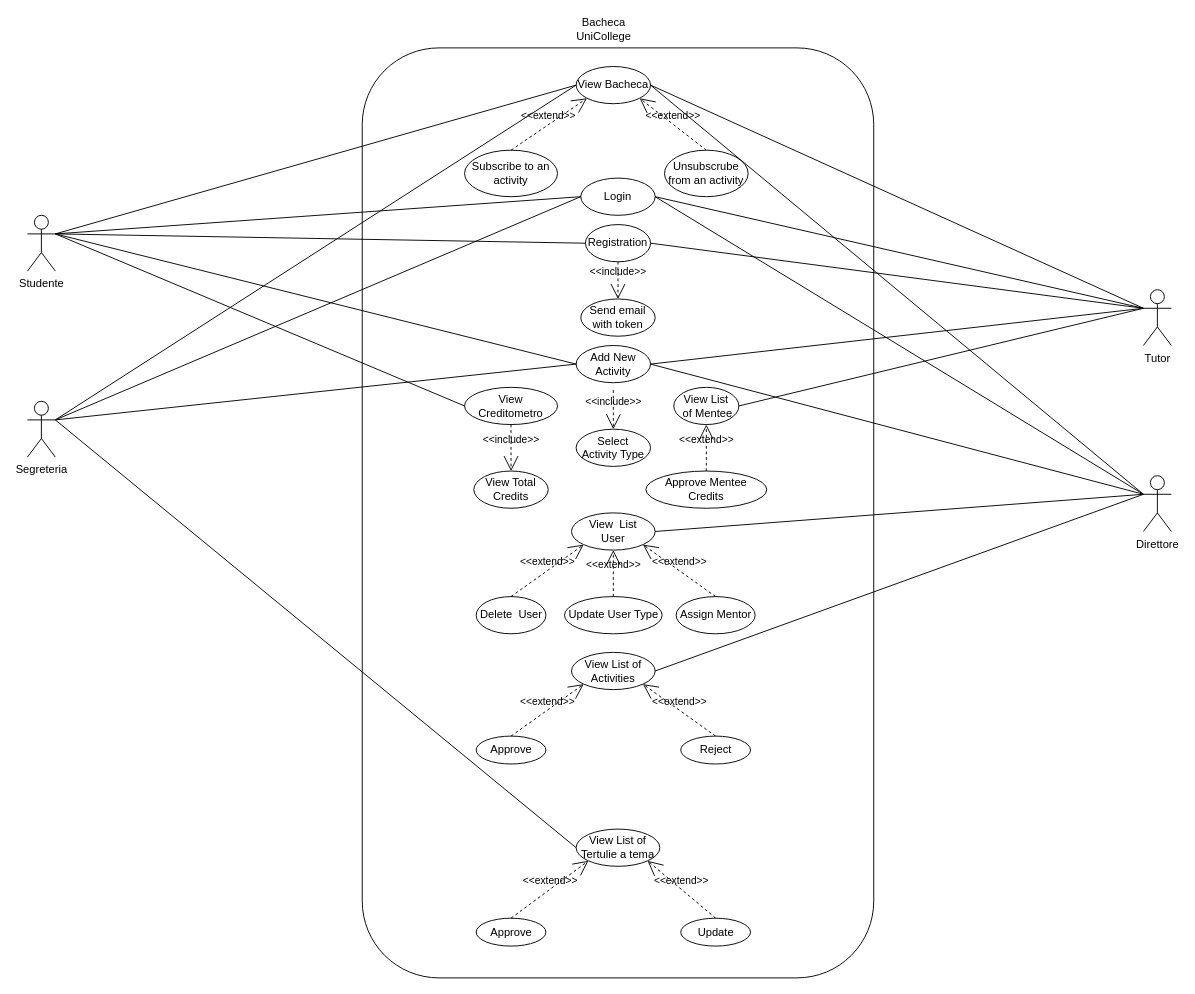
This is Use Case Diagram.drawio from Vincenzo-Maria-Caladra/Prova-Finale-Ingegneria-del-Software, a draw.io file, before an edit. Source tidied: cells renumbered, new cells numbered last; positions are measured from the earlier drawing's top-left corner, leaving out a move shared by most shapes. Both pictures are drawn from the tidied source at 93%, with x=0, y=0 at pixel (27, 20).
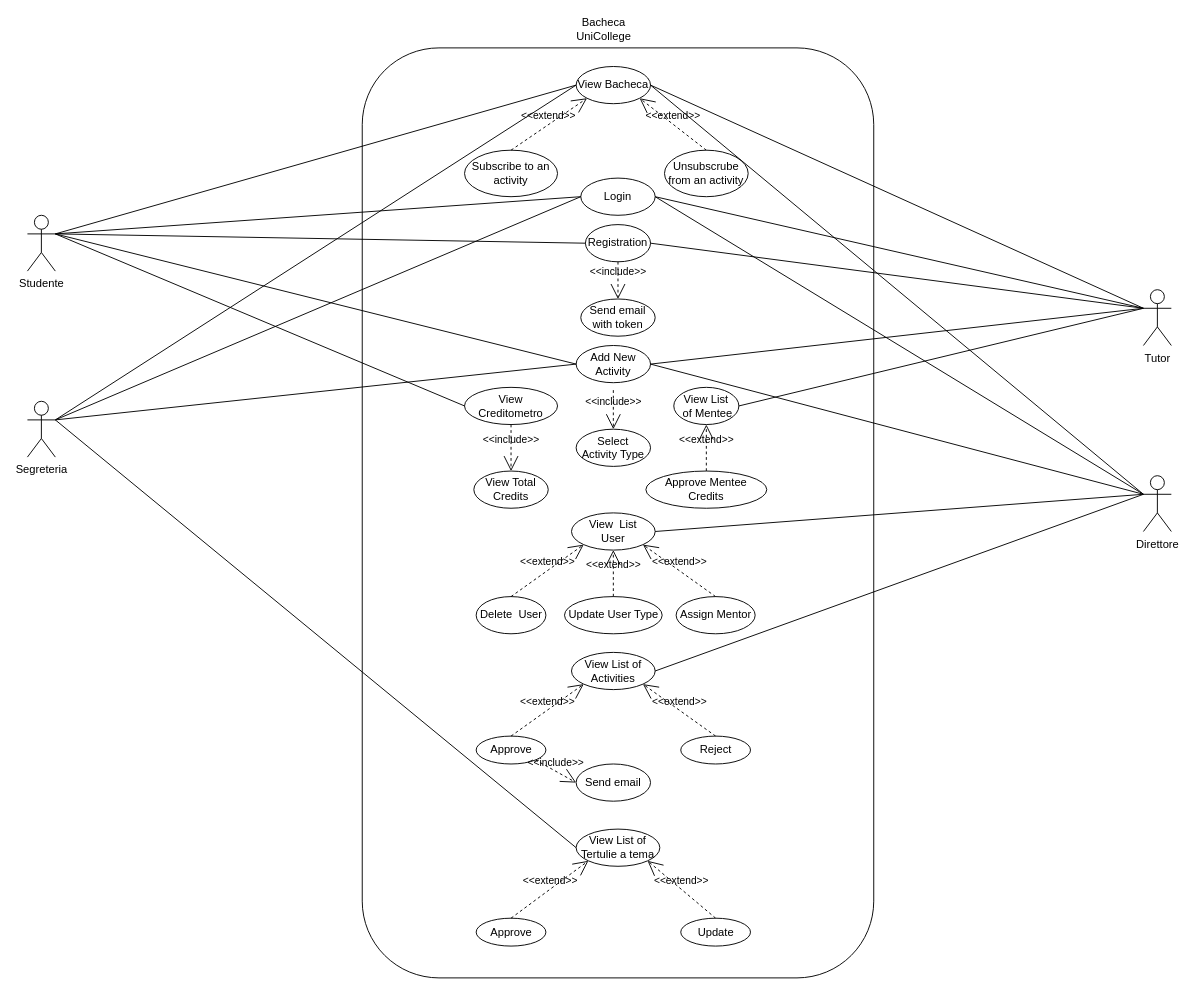
The same diagram, later.

The change refers to these unchanged cells:
```xml
<mxCell id="43" value="Approve" style="ellipse;whiteSpace=wrap;html=1;hachureGap=4;" parent="1" vertex="1">
  <mxGeometry x="482.5" y="770" width="75" height="30" as="geometry" />
</mxCell>
```

Diff of the diagram source:
```diff
@@
+    <mxCell id="62" value="&amp;lt;&amp;lt;include&amp;gt;&amp;gt;" style="html=1;verticalAlign=bottom;labelBackgroundColor=none;endArrow=open;endFill=0;dashed=1;startSize=14;endSize=14;sourcePerimeterSpacing=8;targetPerimeterSpacing=8;entryX=0;entryY=0.5;entryDx=0;entryDy=0;exitX=1;exitY=1;exitDx=0;exitDy=0;" parent="1" edge="1" source="43" target="63">
+      <mxGeometry relative="1" as="geometry" />
+    </mxCell>
+    <mxCell id="63" value="Send email" style="ellipse;whiteSpace=wrap;html=1;hachureGap=4;" parent="1" vertex="1">
+      <mxGeometry x="590" y="800" width="80" height="40" as="geometry" />
+    </mxCell>
```
